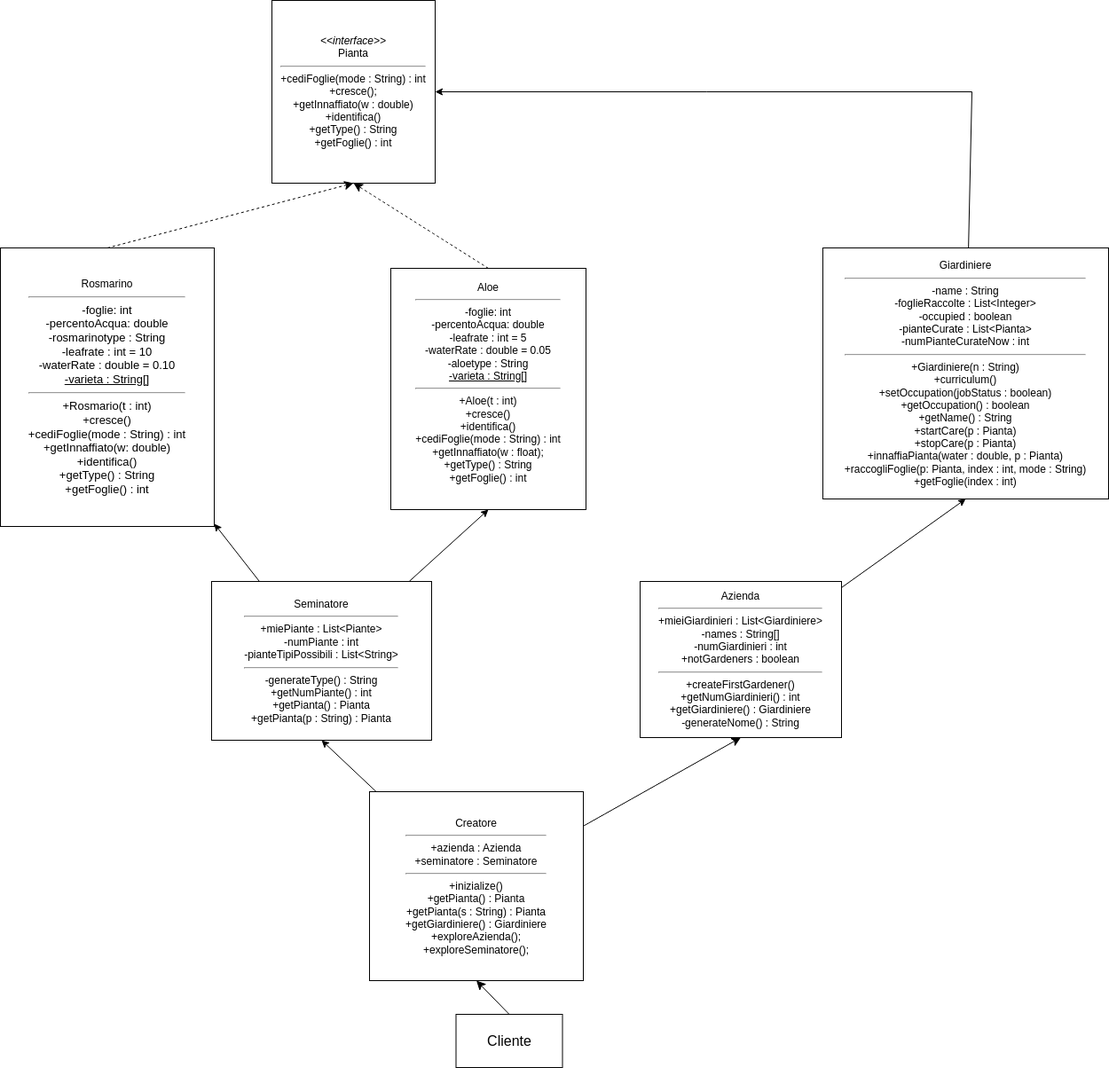
Earlier version of the draw.io export ProjectGarden/plantScheme.drawio.png (belligerentcrow/newProj). Source tidied: cells renumbered, new cells last; positions are measured from the earlier drawing's top-left corner, leaving out a move shared by most shapes.
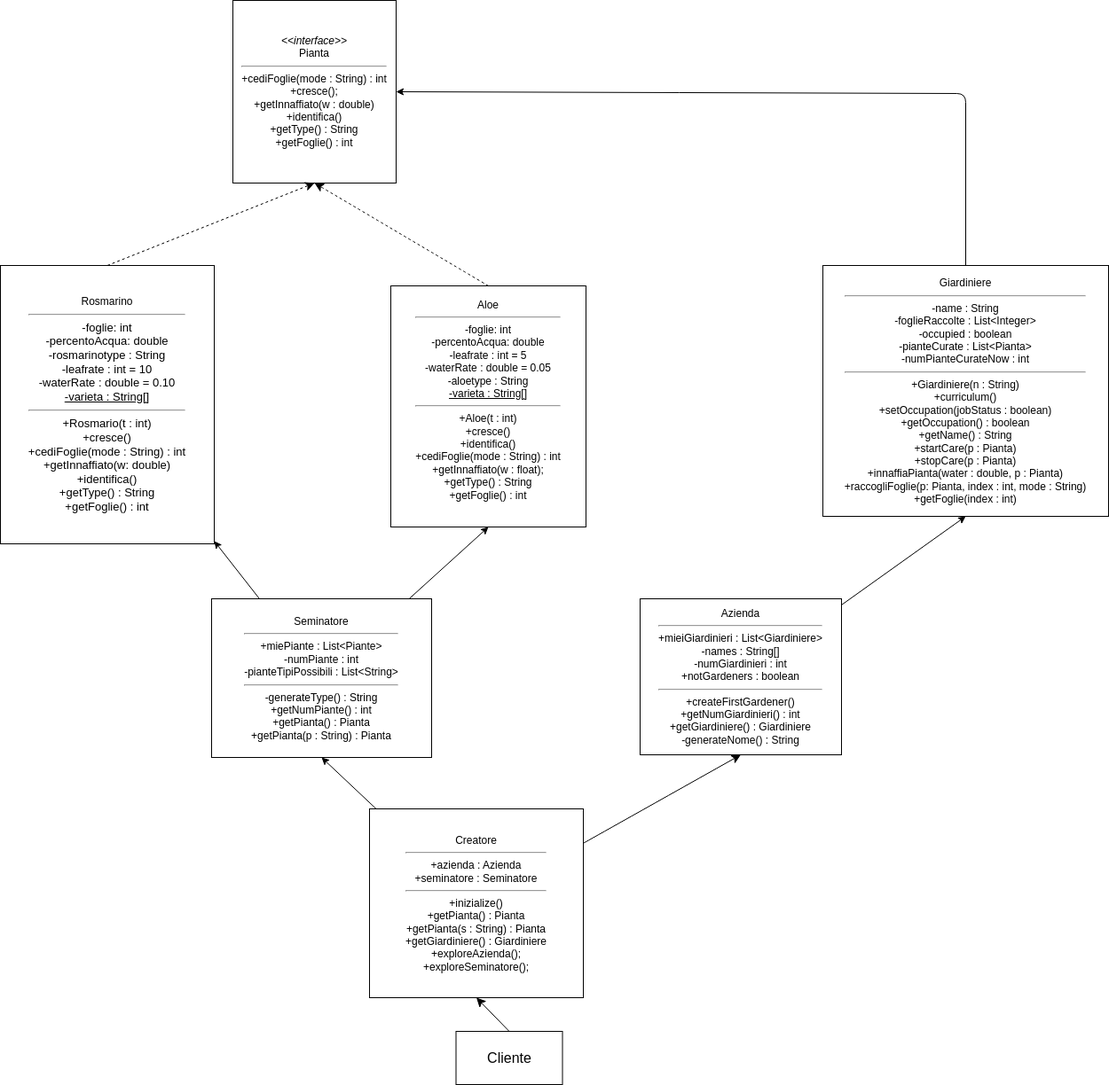
Above is the later version.

What changed in the source:
```diff
@@ -3,7 +3,7 @@
     <mxCell id="0" />
     <mxCell id="1" parent="0" />
     <mxCell id="2" value="&lt;i&gt;&amp;lt;&amp;lt;interface&amp;gt;&amp;gt;&lt;/i&gt;&lt;br&gt;Pianta&lt;br&gt;&lt;hr&gt;+cediFoglie(mode : String) : int&lt;br&gt;+cresce();&lt;br&gt;+getInnaffiato(w : double)&lt;br&gt;+identifica()&lt;br&gt;+getType() : String&lt;br&gt;+getFoglie() : int" style="rounded=0;whiteSpace=wrap;html=1;" parent="1" vertex="1">
-      <mxGeometry x="306" width="184" height="206" as="geometry" />
+      <mxGeometry x="262" y="-20" width="184" height="206" as="geometry" />
     </mxCell>
     <mxCell id="3" value="&lt;font style=&quot;font-size: 16px;&quot;&gt;Cliente&lt;/font&gt;" style="rounded=0;whiteSpace=wrap;html=1;" parent="1" vertex="1">
       <mxGeometry x="513.5" y="1143" width="120" height="60" as="geometry" />
@@ -38,10 +38,10 @@
     <mxCell id="13" value="&lt;div&gt;&lt;/div&gt;&lt;div&gt;Azienda&lt;/div&gt;&lt;div&gt;&lt;hr&gt;+mieiGiardinieri : List&amp;lt;Giardiniere&amp;gt;&lt;/div&gt;&lt;div&gt;-names : String[]&lt;/div&gt;&lt;div&gt;-numGiardinieri : int&lt;/div&gt;&lt;div&gt;+notGardeners : boolean&lt;/div&gt;&lt;div&gt;&lt;hr&gt;+createFirstGardener()&lt;/div&gt;&lt;div&gt;+getNumGiardinieri() : int&lt;/div&gt;&lt;div&gt;+getGiardiniere() : Giardiniere&lt;/div&gt;&lt;div&gt;-generateNome() : String&lt;/div&gt;" style="rounded=0;whiteSpace=wrap;html=1;" parent="1" vertex="1">
       <mxGeometry x="721" y="655" width="227" height="176" as="geometry" />
     </mxCell>
-    <mxCell id="14" style="edgeStyle=none;rounded=0;html=1;entryX=1;entryY=0.5;entryDx=0;entryDy=0;" parent="1" edge="1" source="15" target="2">
+    <mxCell id="14" style="edgeStyle=none;html=1;entryX=1;entryY=0.5;entryDx=0;entryDy=0;" parent="1" edge="1" source="15" target="2">
       <mxGeometry relative="1" as="geometry">
         <Array as="points">
-          <mxPoint x="1095" y="103" />
+          <mxPoint x="1088" y="85" />
         </Array>
       </mxGeometry>
     </mxCell>
```
